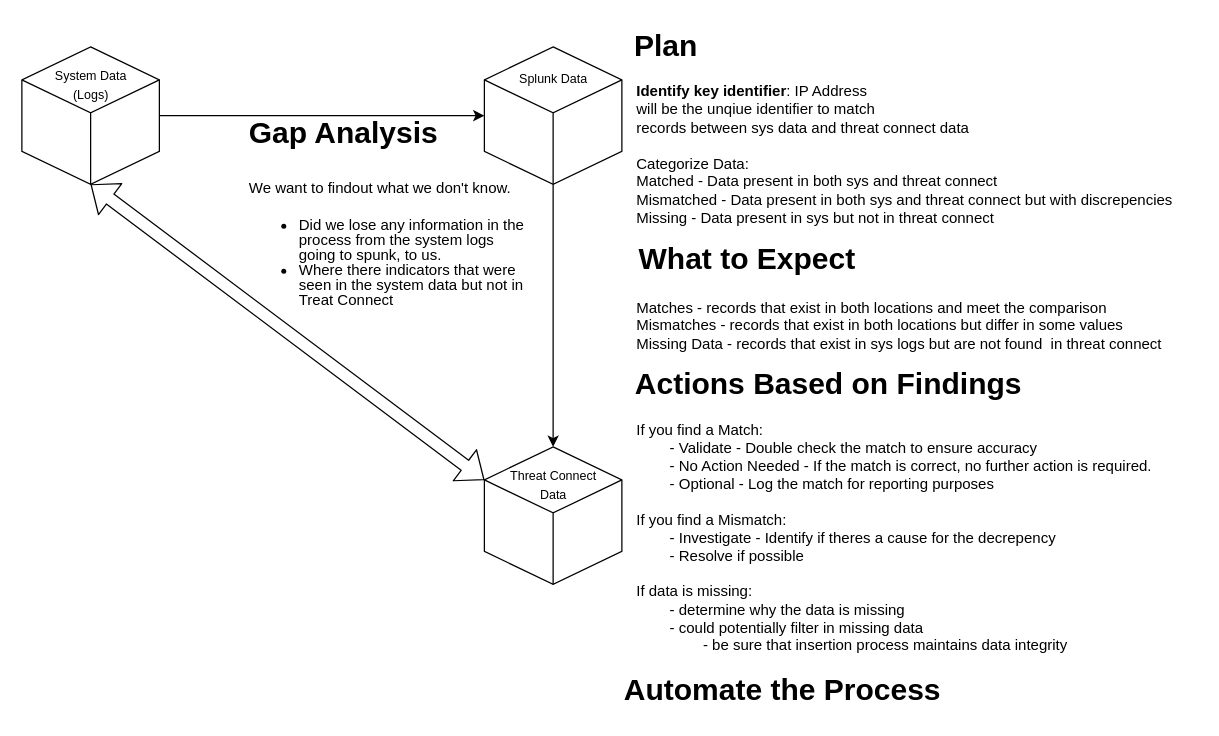
Earlier version of the draw.io diagram notebooks/Gap Observation 2.0/Documentation/Process.drawio (jaytlinaskew-OIS/HTOC). Source tidied: cells renumbered, new cells numbered last; positions are measured from the earlier drawing's top-left corner, leaving out a move shared by most shapes. Both pictures are drawn from the tidied source at 125%, with x=0, y=0 at pixel (21, 21).
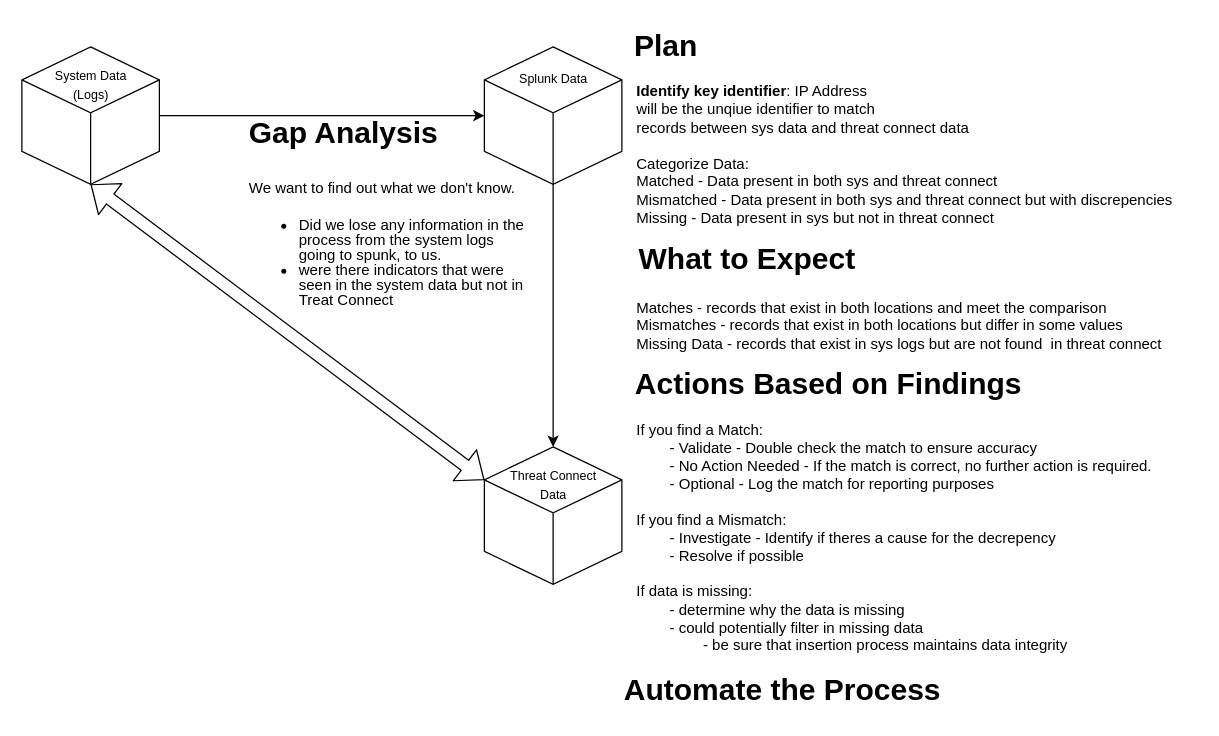
Above is the later version.

Diff of the diagram source:
```diff
@@
-    <mxCell id="5" value="&lt;h1 style=&quot;margin-top: 0px; line-height: 100%;&quot;&gt;&lt;span style=&quot;background-color: transparent;&quot;&gt;Gap Analysis&lt;/span&gt;&lt;/h1&gt;&lt;h1 style=&quot;margin-top: 0px; line-height: 100%;&quot;&gt;&lt;span style=&quot;background-color: transparent; font-size: 12px; font-weight: normal; line-height: 100%;&quot;&gt;We want to findout what we don't know.&lt;/span&gt;&lt;/h1&gt;&lt;div style=&quot;line-height: 100%;&quot;&gt;&lt;ul&gt;&lt;li&gt;&lt;span style=&quot;background-color: transparent; font-size: 12px; font-weight: normal;&quot;&gt;Did we lose any information in the process from the system logs going to spunk, to us.&lt;/span&gt;&lt;/li&gt;&lt;li&gt;&lt;span style=&quot;background-color: transparent; font-size: 12px; font-weight: normal;&quot;&gt;Where there indicators that were seen in the system data but not in Treat Connect&lt;/span&gt;&lt;/li&gt;&lt;/ul&gt;&lt;/div&gt;" style="text;html=1;whiteSpace=wrap;overflow=hidden;rounded=0;" parent="1" vertex="1">
+    <mxCell id="5" value="&lt;h1 style=&quot;margin-top: 0px; line-height: 100%;&quot;&gt;&lt;span style=&quot;background-color: transparent;&quot;&gt;Gap Analysis&lt;/span&gt;&lt;/h1&gt;&lt;h1 style=&quot;margin-top: 0px; line-height: 100%;&quot;&gt;&lt;span style=&quot;background-color: transparent; font-size: 12px; font-weight: normal; line-height: 100%;&quot;&gt;We want to find out what we don't know.&lt;/span&gt;&lt;/h1&gt;&lt;div style=&quot;line-height: 100%;&quot;&gt;&lt;ul&gt;&lt;li&gt;&lt;span style=&quot;background-color: transparent; font-size: 12px; font-weight: normal;&quot;&gt;Did we lose any information in the process from the system logs going to spunk, to us.&lt;/span&gt;&lt;/li&gt;&lt;li&gt;&lt;span style=&quot;background-color: transparent; font-size: 12px; font-weight: normal;&quot;&gt;were there indicators that were seen in the system data but not in Treat Connect&lt;/span&gt;&lt;/li&gt;&lt;/ul&gt;&lt;/div&gt;" style="text;html=1;whiteSpace=wrap;overflow=hidden;rounded=0;" parent="1" vertex="1">
       <mxGeometry x="180" y="70" width="230" height="200" as="geometry" />
     </mxCell>
```
